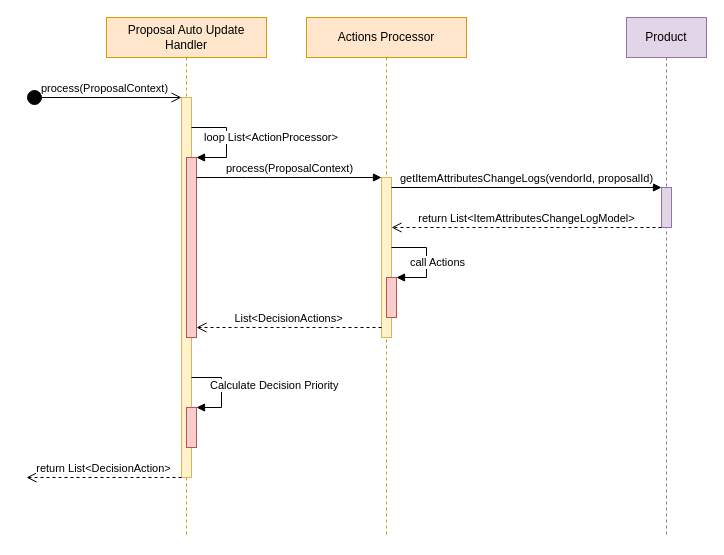
dajin-kingland/UMLdiagrams keeps this draw.io diagram as Proposal Auto Update Processor Flow.drawio. Above is the earlier version. Source tidied: cells renumbered, new cells numbered last; positions are measured from the earlier drawing's top-left corner, leaving out a move shared by most shapes. Both pictures are drawn from the tidied source at 100%, with x=0, y=0 at pixel (26, 17).
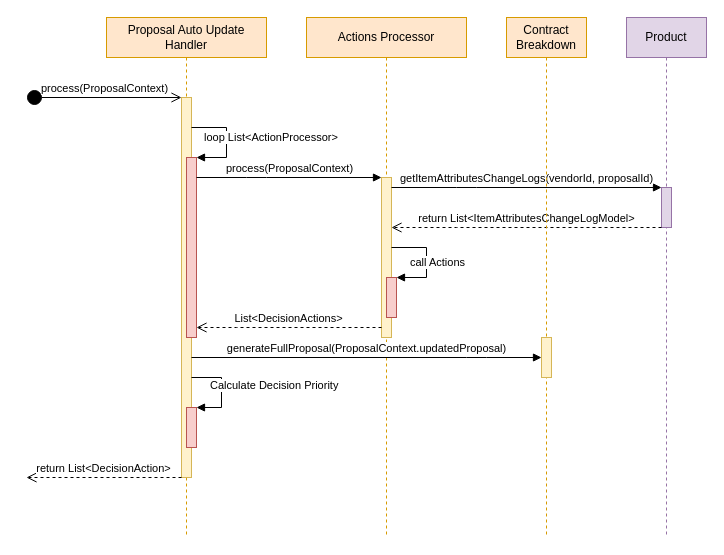
Above is the later version.

The change refers to these unchanged cells:
```xml
<mxCell id="5" style="html=1;points=[];perimeter=orthogonalPerimeter;fillColor=#fff2cc;strokeColor=#d6b656;" parent="4" vertex="1">
  <mxGeometry x="75" y="80" width="10" height="380" as="geometry" />
</mxCell>
```

What changed in the source:
```diff
@@
+    <mxCell id="20" value="Contract Breakdown" style="shape=umlLifeline;perimeter=lifelinePerimeter;whiteSpace=wrap;html=1;fillColor=#ffe6cc;strokeColor=#d79b00;" parent="1" vertex="1">
+      <mxGeometry x="480" width="80" height="520" as="geometry" />
+    </mxCell>
+    <mxCell id="21" style="html=1;points=[];perimeter=orthogonalPerimeter;fillColor=#fff2cc;strokeColor=#d6b656;" parent="20" vertex="1">
+      <mxGeometry x="35" y="320" width="10" height="40" as="geometry" />
+    </mxCell>
+    <mxCell id="22" value="generateFullProposal(ProposalContext.updatedProposal)" style="html=1;verticalAlign=bottom;endArrow=block;" parent="1" edge="1" source="5" target="21">
+      <mxGeometry relative="1" as="geometry">
+        <Array as="points">
+          <mxPoint x="450" y="340" />
+        </Array>
+      </mxGeometry>
+    </mxCell>
```
